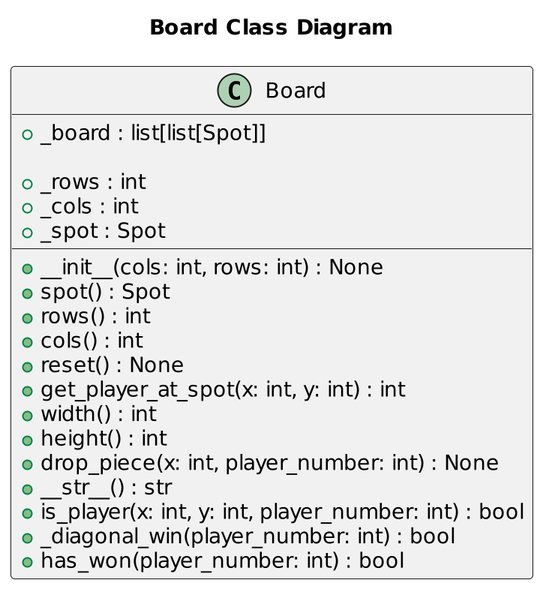
Above: uml/Board.png in austin-s970/OOP-Connect4 (PlantUML), before the change.
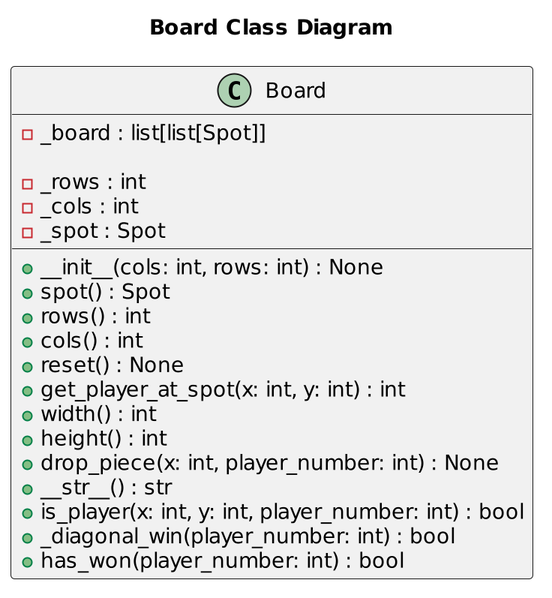
The same file after the commit.

The edit, as a diff of the source:
```diff
@@ -2,12 +2,12 @@
 scale 2
 title "Board Class Diagram"
 class Board {
-    +_board : list[list[Spot]]
+    -_board : list[list[Spot]]
 
     +__init__(cols: int, rows: int) : None
-    +_rows : int
-    +_cols : int
-    +_spot : Spot
+    -_rows : int
+    -_cols : int
+    -_spot : Spot
 
     +spot() : Spot
     +rows() : int
```
